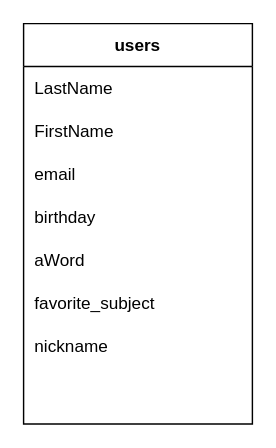
Earlier version of the draw.io diagram ER.dio (unimarist/tucktter1_app). Source tidied: cells renumbered, new cells numbered last; positions are measured from the earlier drawing's top-left corner, leaving out a move shared by most shapes. Both pictures are drawn from the tidied source at 143%, with x=0, y=0 at pixel (23, 23).
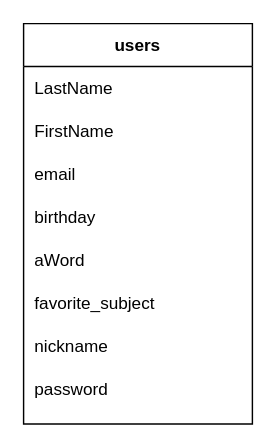
The same diagram, later.

Change to the diagram source:
```diff
@@
 <mxGraphModel>
   <root>
     <mxCell id="0" />
     <mxCell id="1" parent="0" />
     <mxCell id="2" value="users" style="shape=table;startSize=30;childLayout=tableLayout;rowLines=0;fontStyle=1;align=center;shadow=0;" parent="1" vertex="1">
       <mxGeometry width="160" height="280" as="geometry" />
     </mxCell>
     <mxCell id="3" style="shape=partialRectangle;fillColor=none;top=0;left=0;bottom=0;right=0;" parent="2" vertex="1">
       <mxGeometry y="30" width="160" height="30" as="geometry" />
     </mxCell>
     <mxCell id="4" value="LastName" style="shape=partialRectangle;fillColor=none;top=0;left=0;bottom=0;right=0;align=left;spacingLeft=6;overflow=hidden;" parent="3" vertex="1">
       <mxGeometry width="160" height="30" as="geometry" />
     </mxCell>
     <mxCell id="5" style="shape=partialRectangle;fillColor=none;top=0;left=0;bottom=0;right=0;" parent="2" vertex="1">
       <mxGeometry y="60" width="160" height="30" as="geometry" />
     </mxCell>
     <mxCell id="6" value="FirstName" style="shape=partialRectangle;fillColor=none;top=0;left=0;bottom=0;right=0;align=left;spacingLeft=6;overflow=hidden;" parent="5" vertex="1">
       <mxGeometry width="160" height="30" as="geometry" />
     </mxCell>
     <mxCell id="7" style="shape=partialRectangle;fillColor=none;top=0;left=0;bottom=0;right=0;" parent="2" vertex="1">
       <mxGeometry y="90" width="160" height="30" as="geometry" />
     </mxCell>
     <mxCell id="8" value="email" style="shape=partialRectangle;fillColor=none;top=0;left=0;bottom=0;right=0;align=left;spacingLeft=6;overflow=hidden;" parent="7" vertex="1">
       <mxGeometry width="160" height="30" as="geometry" />
     </mxCell>
     <mxCell id="9" style="shape=partialRectangle;fillColor=none;top=0;left=0;bottom=0;right=0;" parent="2" vertex="1">
       <mxGeometry y="120" width="160" height="30" as="geometry" />
     </mxCell>
     <mxCell id="10" value="birthday" style="shape=partialRectangle;fillColor=none;top=0;left=0;bottom=0;right=0;align=left;spacingLeft=6;overflow=hidden;" parent="9" vertex="1">
       <mxGeometry width="160" height="30" as="geometry" />
     </mxCell>
     <mxCell id="11" style="shape=partialRectangle;fillColor=none;top=0;left=0;bottom=0;right=0;" parent="2" vertex="1">
       <mxGeometry y="150" width="160" height="30" as="geometry" />
     </mxCell>
     <mxCell id="12" value="aWord" style="shape=partialRectangle;fillColor=none;top=0;left=0;bottom=0;right=0;align=left;spacingLeft=6;overflow=hidden;" parent="11" vertex="1">
       <mxGeometry width="160" height="30" as="geometry" />
     </mxCell>
     <mxCell id="13" style="shape=partialRectangle;fillColor=none;top=0;left=0;bottom=0;right=0;" parent="2" vertex="1">
       <mxGeometry y="180" width="160" height="30" as="geometry" />
     </mxCell>
     <mxCell id="14" value="favorite_subject" style="shape=partialRectangle;fillColor=none;top=0;left=0;bottom=0;right=0;align=left;spacingLeft=6;overflow=hidden;" parent="13" vertex="1">
       <mxGeometry width="160" height="30" as="geometry" />
     </mxCell>
     <mxCell id="15" style="shape=partialRectangle;fillColor=none;top=0;left=0;bottom=0;right=0;" parent="2" vertex="1">
       <mxGeometry y="210" width="160" height="30" as="geometry" />
     </mxCell>
     <mxCell id="16" value="nickname" style="shape=partialRectangle;fillColor=none;top=0;left=0;bottom=0;right=0;align=left;spacingLeft=6;overflow=hidden;" parent="15" vertex="1">
       <mxGeometry width="160" height="30" as="geometry" />
     </mxCell>
     <mxCell id="17" style="shape=partialRectangle;fillColor=none;top=0;left=0;bottom=0;right=0;" parent="2" vertex="1">
       <mxGeometry y="240" width="160" height="30" as="geometry" />
     </mxCell>
-    <mxCell id="18" style="shape=partialRectangle;fillColor=none;top=0;left=0;bottom=0;right=0;align=left;spacingLeft=6;overflow=hidden;" parent="17" vertex="1">
+    <mxCell id="18" value="password" style="shape=partialRectangle;fillColor=none;top=0;left=0;bottom=0;right=0;align=left;spacingLeft=6;overflow=hidden;" parent="17" vertex="1">
       <mxGeometry width="160" height="30" as="geometry" />
     </mxCell>
   </root>
 </mxGraphModel>
```
